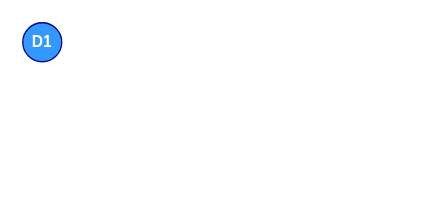
ESO-Pocket-Guide/esopg-website keeps this draw.io diagram as resources/templates/template.drawio. Above is the earlier version. Source tidied: cells renumbered, new cells numbered last; positions are measured from the earlier drawing's top-left corner, leaving out a move shared by most shapes. Both pictures are drawn from the tidied source at 130%, with x=0, y=0 at pixel (22, 22).
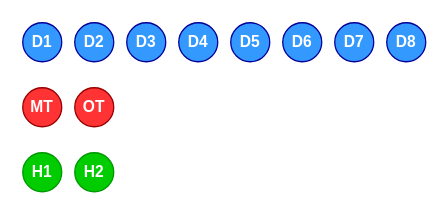
The same page after the edit.

Diff of the diagram source:
```diff
@@
 <mxGraphModel>
   <root>
     <mxCell id="0" />
     <mxCell id="1" parent="0" />
     <mxCell id="2" value="D1" style="ellipse;whiteSpace=wrap;html=1;strokeColor=#000099;fillColor=#3399FF;fontColor=#FFFFFF;fontStyle=1;" parent="1" vertex="1">
       <mxGeometry width="30" height="30" as="geometry" />
     </mxCell>
+    <mxCell id="3" value="D2" style="ellipse;whiteSpace=wrap;html=1;strokeColor=#000099;fillColor=#3399FF;fontColor=#FFFFFF;fontStyle=1;" parent="1" vertex="1">
+      <mxGeometry x="40" width="30" height="30" as="geometry" />
+    </mxCell>
+    <mxCell id="4" value="D3" style="ellipse;whiteSpace=wrap;html=1;strokeColor=#000099;fillColor=#3399FF;fontColor=#FFFFFF;fontStyle=1;" parent="1" vertex="1">
+      <mxGeometry x="80" width="30" height="30" as="geometry" />
+    </mxCell>
+    <mxCell id="5" value="D4" style="ellipse;whiteSpace=wrap;html=1;strokeColor=#000099;fillColor=#3399FF;fontColor=#FFFFFF;fontStyle=1;" parent="1" vertex="1">
+      <mxGeometry x="120" width="30" height="30" as="geometry" />
+    </mxCell>
+    <mxCell id="6" value="D5" style="ellipse;whiteSpace=wrap;html=1;strokeColor=#000099;fillColor=#3399FF;fontColor=#FFFFFF;fontStyle=1;" parent="1" vertex="1">
+      <mxGeometry x="160" width="30" height="30" as="geometry" />
+    </mxCell>
+    <mxCell id="7" value="D6" style="ellipse;whiteSpace=wrap;html=1;strokeColor=#000099;fillColor=#3399FF;fontColor=#FFFFFF;fontStyle=1;" parent="1" vertex="1">
+      <mxGeometry x="200" width="30" height="30" as="geometry" />
+    </mxCell>
+    <mxCell id="8" value="OT" style="ellipse;whiteSpace=wrap;html=1;fontColor=#FFFFFF;fontStyle=1;fillColor=#FF3333;strokeColor=#990000;" parent="1" vertex="1">
+      <mxGeometry x="40" y="50" width="30" height="30" as="geometry" />
+    </mxCell>
+    <mxCell id="9" value="H1" style="ellipse;whiteSpace=wrap;html=1;fontColor=#FFFFFF;fontStyle=1;fillColor=#00CC00;strokeColor=#009900;" parent="1" vertex="1">
+      <mxGeometry y="100" width="30" height="30" as="geometry" />
+    </mxCell>
+    <mxCell id="10" value="D8" style="ellipse;whiteSpace=wrap;html=1;strokeColor=#000099;fillColor=#3399FF;fontColor=#FFFFFF;fontStyle=1;" parent="1" vertex="1">
+      <mxGeometry x="280" width="30" height="30" as="geometry" />
+    </mxCell>
+    <mxCell id="11" value="D7" style="ellipse;whiteSpace=wrap;html=1;strokeColor=#000099;fillColor=#3399FF;fontColor=#FFFFFF;fontStyle=1;" parent="1" vertex="1">
+      <mxGeometry x="240" width="30" height="30" as="geometry" />
+    </mxCell>
+    <mxCell id="12" value="MT" style="ellipse;whiteSpace=wrap;html=1;fontColor=#FFFFFF;fontStyle=1;fillColor=#FF3333;strokeColor=#990000;" parent="1" vertex="1">
+      <mxGeometry y="50" width="30" height="30" as="geometry" />
+    </mxCell>
+    <mxCell id="13" value="H2" style="ellipse;whiteSpace=wrap;html=1;fontColor=#FFFFFF;fontStyle=1;fillColor=#00CC00;strokeColor=#009900;" parent="1" vertex="1">
+      <mxGeometry x="40" y="100" width="30" height="30" as="geometry" />
+    </mxCell>
   </root>
 </mxGraphModel>
```
